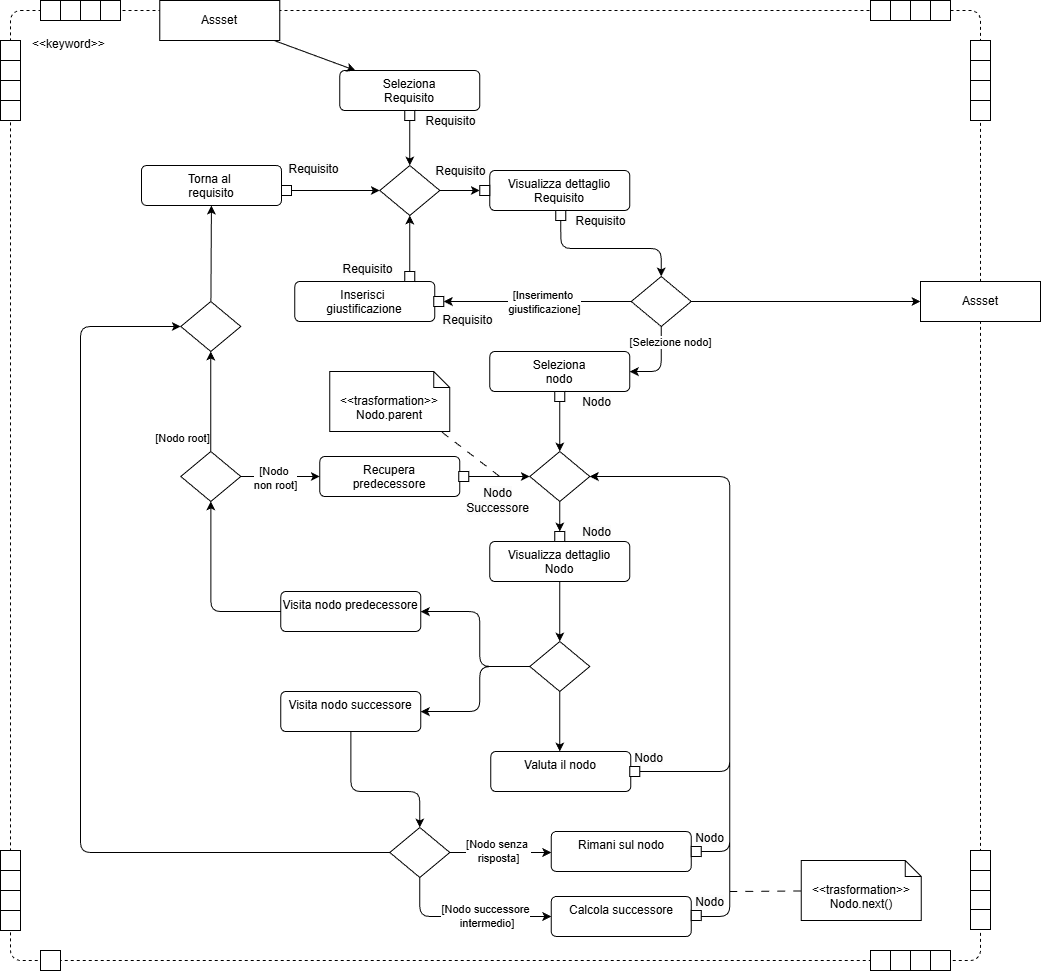
The draw.io diagram src/RTB/DocumentazioneEsterna/Analisi_dei_Requisiti/content/use_case/diagrammi-attivita/images/valuta-asset.drawio.png in GroupRubberDuck/Documentazione, before a commit. Source tidied: cells renumbered, new cells last; positions are measured from the earlier drawing's top-left corner, leaving out a move shared by most shapes.
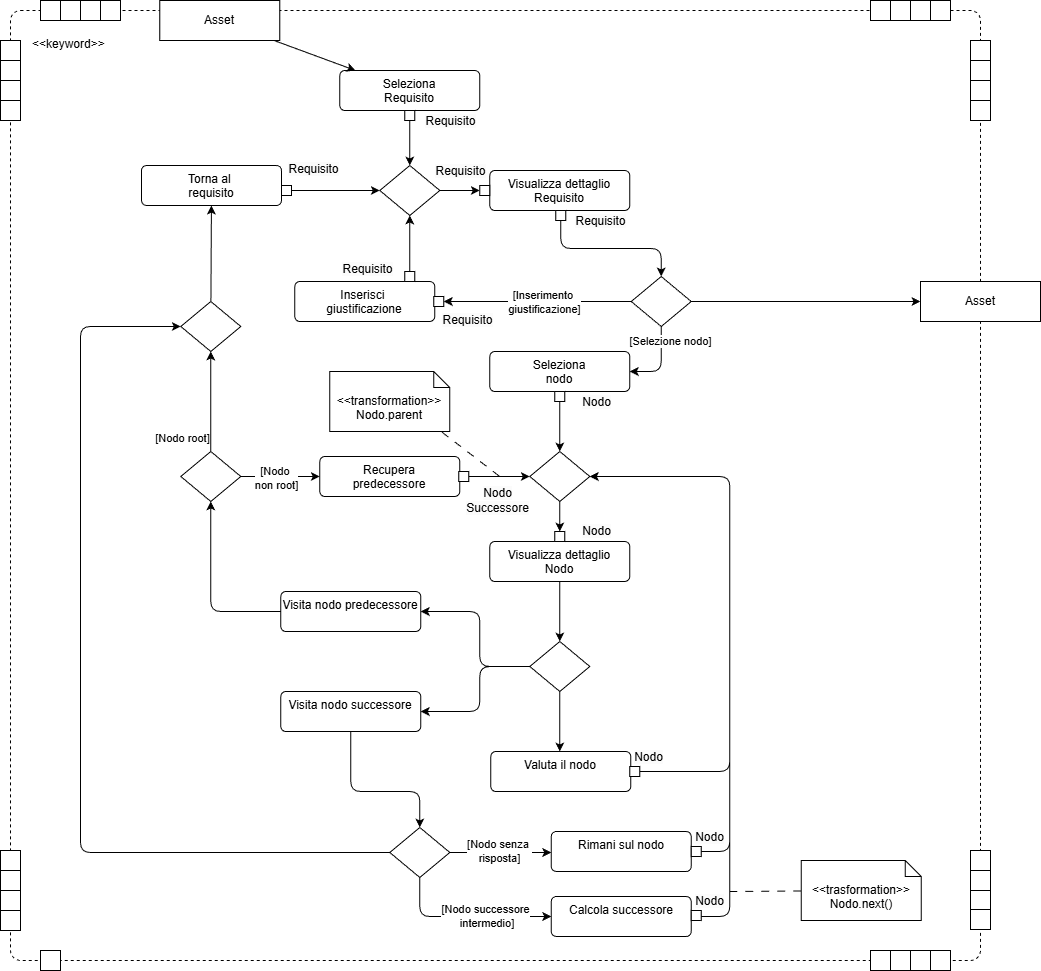
The same file after the commit.

What changed in the source:
```diff
@@ -406,7 +406,7 @@
         <mxPoint x="489.3" y="466" as="targetPoint" />
       </mxGeometry>
     </mxCell>
-    <mxCell id="104" value="&amp;lt;&amp;lt;trasformation&amp;gt;&amp;gt;&lt;br&gt;Nodo.parent" style="shape=note2;boundedLbl=1;whiteSpace=wrap;html=1;size=16;verticalAlign=top;align=center;" parent="2" vertex="1">
+    <mxCell id="104" value="&amp;lt;&amp;lt;transformation&amp;gt;&amp;gt;&lt;br&gt;Nodo.parent" style="shape=note2;boundedLbl=1;whiteSpace=wrap;html=1;size=16;verticalAlign=top;align=center;" parent="2" vertex="1">
       <mxGeometry x="319.3" y="361" width="120" height="60" as="geometry" />
     </mxCell>
     <mxCell id="105" value="&lt;span style=&quot;font-size: 12px; text-wrap-mode: wrap; background-color: rgb(251, 251, 251);&quot;&gt;Nodo&lt;/span&gt;" style="edgeLabel;html=1;align=center;verticalAlign=middle;" parent="2" vertex="1">
@@ -524,13 +524,13 @@
     <mxCell id="128" style="shape=rhombus;html=1;dashed=0;whiteSpace=wrap;perimeter=rhombusPerimeter;" parent="2" vertex="1">
       <mxGeometry x="170.3" y="291" width="60" height="50" as="geometry" />
     </mxCell>
-    <mxCell id="129" value="Assset" style="fontStyle=0;html=1;whiteSpace=wrap;" parent="1" vertex="1">
+    <mxCell id="129" value="Asset" style="fontStyle=0;html=1;whiteSpace=wrap;" parent="1" vertex="1">
       <mxGeometry x="149.3" width="120" height="40" as="geometry" />
     </mxCell>
     <mxCell id="130" style="edgeStyle=none;html=1;" parent="1" edge="1" source="129" target="41">
       <mxGeometry relative="1" as="geometry" />
     </mxCell>
-    <mxCell id="131" value="Assset" style="fontStyle=0;html=1;whiteSpace=wrap;" parent="1" vertex="1">
+    <mxCell id="131" value="Asset" style="fontStyle=0;html=1;whiteSpace=wrap;" parent="1" vertex="1">
       <mxGeometry x="910" y="281" width="120" height="40" as="geometry" />
     </mxCell>
     <mxCell id="132" style="edgeStyle=none;html=1;" parent="1" edge="1" source="69" target="131">
```
